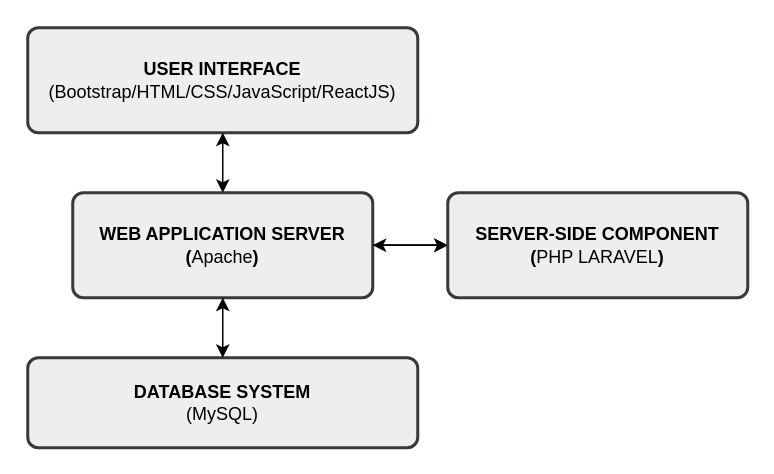
drshahizan/software-engineering keeps this draw.io diagram as proposal/submission/sec01/stakeholder/diagram/flowchart.drawio. Above is the earlier version. Source tidied: cells renumbered, new cells numbered last; positions are measured from the earlier drawing's top-left corner, leaving out a move shared by most shapes. Both pictures are drawn from the tidied source at 150%, with x=0, y=0 at pixel (27, 27).
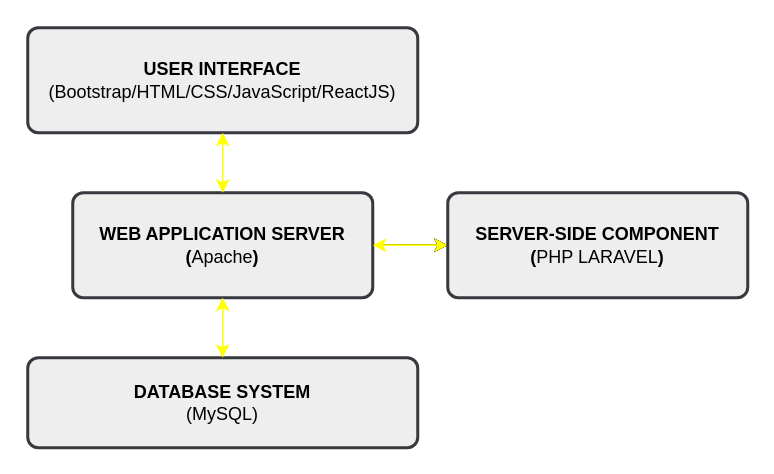
The same diagram, later.

Diff of the diagram source:
```diff
@@
-<mxGraphModel background="#ffffff">
+<mxGraphModel>
   <root>
     <mxCell id="0" />
     <mxCell id="1" parent="0" />
     <mxCell id="2" value="&lt;b&gt;USER INTERFACE&lt;br&gt;&lt;/b&gt;(Bootstrap/HTML/CSS/JavaScript/ReactJS)" style="rounded=1;whiteSpace=wrap;html=1;absoluteArcSize=1;arcSize=14;strokeWidth=2;fillColor=#eeeeee;strokeColor=#36393d;fontColor=#000000;" parent="1" vertex="1">
       <mxGeometry width="260" height="70" as="geometry" />
     </mxCell>
     <mxCell id="3" style="edgeStyle=none;html=1;entryX=0;entryY=0.5;entryDx=0;entryDy=0;" parent="1" edge="1" source="5" target="7">
       <mxGeometry relative="1" as="geometry" />
     </mxCell>
     <mxCell id="4" style="edgeStyle=none;html=1;entryX=0;entryY=0.5;entryDx=0;entryDy=0;strokeColor=#000000;" parent="1" edge="1" source="5" target="7">
       <mxGeometry relative="1" as="geometry" />
     </mxCell>
+    <mxCell id="11" style="edgeStyle=none;html=1;entryX=0;entryY=0.5;entryDx=0;entryDy=0;strokeColor=#FFFF00;" parent="1" edge="1" source="5" target="7">
+      <mxGeometry relative="1" as="geometry" />
+    </mxCell>
     <mxCell id="5" value="&lt;b&gt;WEB APPLICATION SERVER&lt;br&gt;(&lt;/b&gt;Apache&lt;b&gt;)&lt;br&gt;&lt;/b&gt;" style="rounded=1;whiteSpace=wrap;html=1;absoluteArcSize=1;arcSize=14;strokeWidth=2;fillColor=#eeeeee;strokeColor=#36393d;fontColor=#000000;" parent="1" vertex="1">
       <mxGeometry x="30" y="110" width="200" height="70" as="geometry" />
     </mxCell>
-    <mxCell id="6" style="edgeStyle=none;html=1;entryX=1;entryY=0.5;entryDx=0;entryDy=0;strokeColor=#000000;" parent="1" edge="1">
+    <mxCell id="6" style="edgeStyle=none;html=1;entryX=1;entryY=0.5;entryDx=0;entryDy=0;strokeColor=#FFFF00;" parent="1" edge="1">
       <mxGeometry relative="1" as="geometry">
         <mxPoint x="280" y="145" as="sourcePoint" />
         <mxPoint x="230" y="145" as="targetPoint" />
       </mxGeometry>
     </mxCell>
     <mxCell id="7" value="&lt;b&gt;SERVER-SIDE COMPONENT&lt;br&gt;(&lt;/b&gt;PHP LARAVEL&lt;b&gt;)&lt;br&gt;&lt;/b&gt;" style="rounded=1;whiteSpace=wrap;html=1;absoluteArcSize=1;arcSize=14;strokeWidth=2;fillColor=#eeeeee;strokeColor=#36393d;fontColor=#000000;" parent="1" vertex="1">
       <mxGeometry x="280" y="110" width="200" height="70" as="geometry" />
     </mxCell>
     <mxCell id="8" value="&lt;b&gt;DATABASE SYSTEM&lt;br&gt;&lt;/b&gt;(MySQL)" style="rounded=1;whiteSpace=wrap;html=1;absoluteArcSize=1;arcSize=14;strokeWidth=2;fillColor=#eeeeee;strokeColor=#36393d;fontColor=#000000;" parent="1" vertex="1">
       <mxGeometry y="220" width="260" height="60" as="geometry" />
     </mxCell>
-    <mxCell id="9" style="endArrow=classic;startArrow=classic;html=1;fontColor=#000000;entryX=0.5;entryY=1;entryDx=0;entryDy=0;strokeColor=#000000;" parent="1" edge="1" target="5">
+    <mxCell id="9" style="endArrow=classic;startArrow=classic;html=1;fontColor=#000000;entryX=0.5;entryY=1;entryDx=0;entryDy=0;strokeColor=#FFFF00;" parent="1" edge="1" target="5">
       <mxGeometry relative="1" as="geometry">
         <mxPoint x="130" y="220" as="sourcePoint" />
       </mxGeometry>
     </mxCell>
-    <mxCell id="10" style="endArrow=classic;startArrow=classic;html=1;fontColor=#000000;entryX=0.5;entryY=0;entryDx=0;entryDy=0;exitX=0.5;exitY=1;exitDx=0;exitDy=0;fillColor=#eeeeee;strokeColor=#000000;" parent="1" edge="1" source="2" target="5">
+    <mxCell id="10" style="endArrow=classic;startArrow=classic;html=1;fontColor=#000000;entryX=0.5;entryY=0;entryDx=0;entryDy=0;exitX=0.5;exitY=1;exitDx=0;exitDy=0;fillColor=#eeeeee;strokeColor=#FFFF00;" parent="1" edge="1" source="2" target="5">
       <mxGeometry relative="1" as="geometry" />
     </mxCell>
   </root>
 </mxGraphModel>
```
